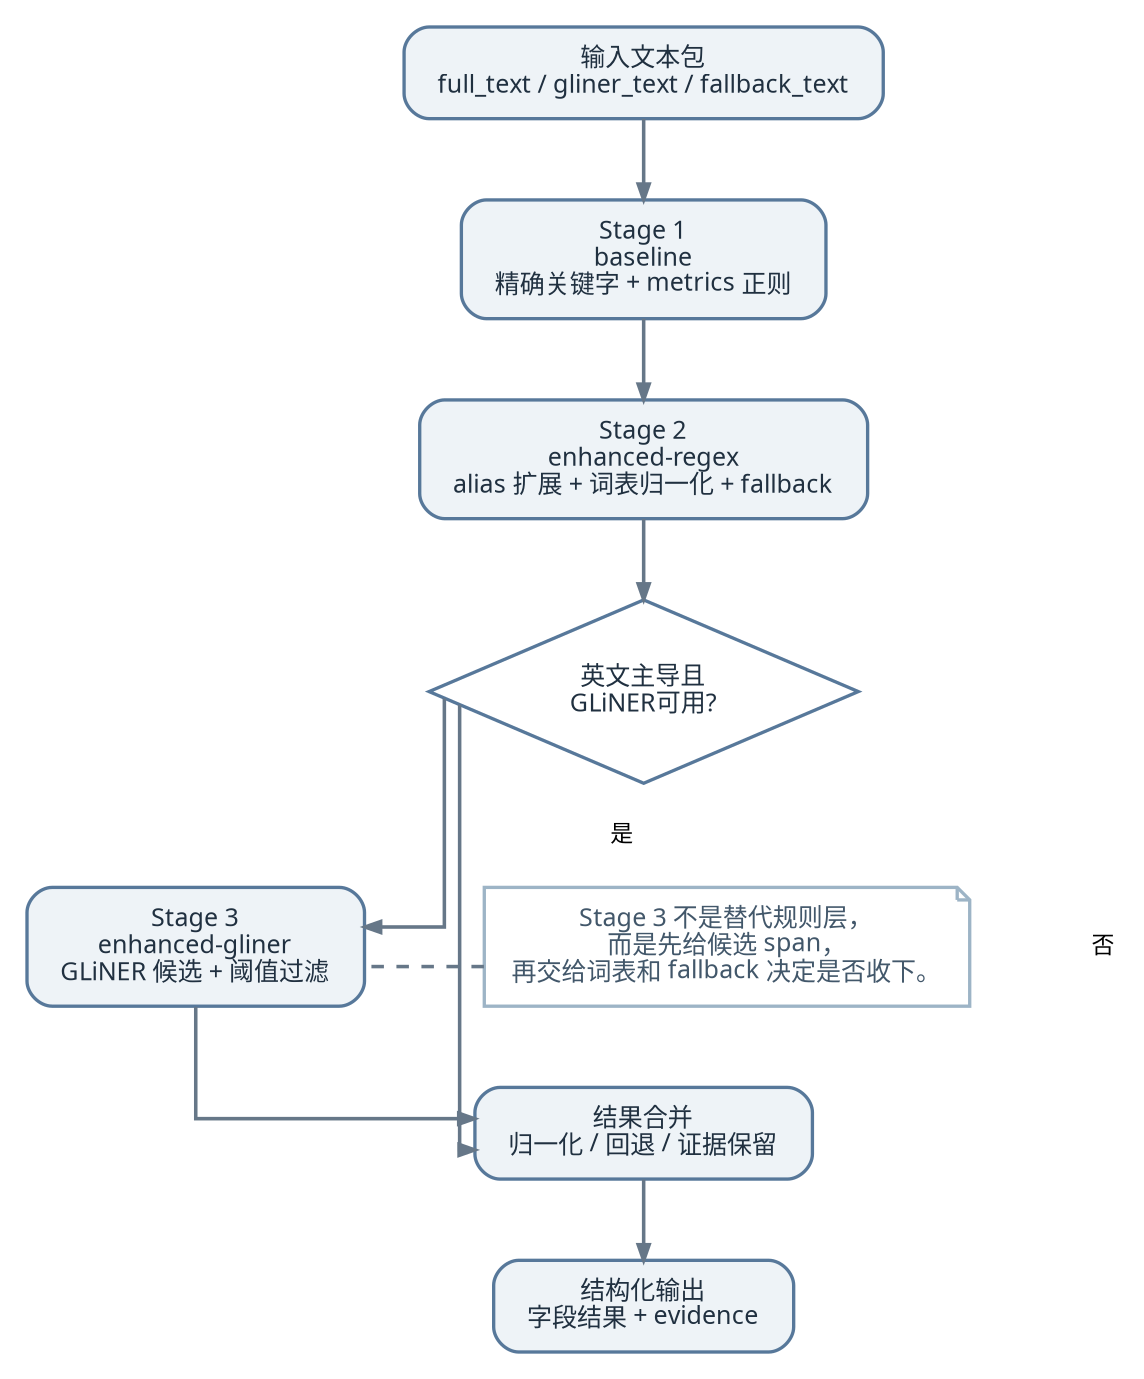
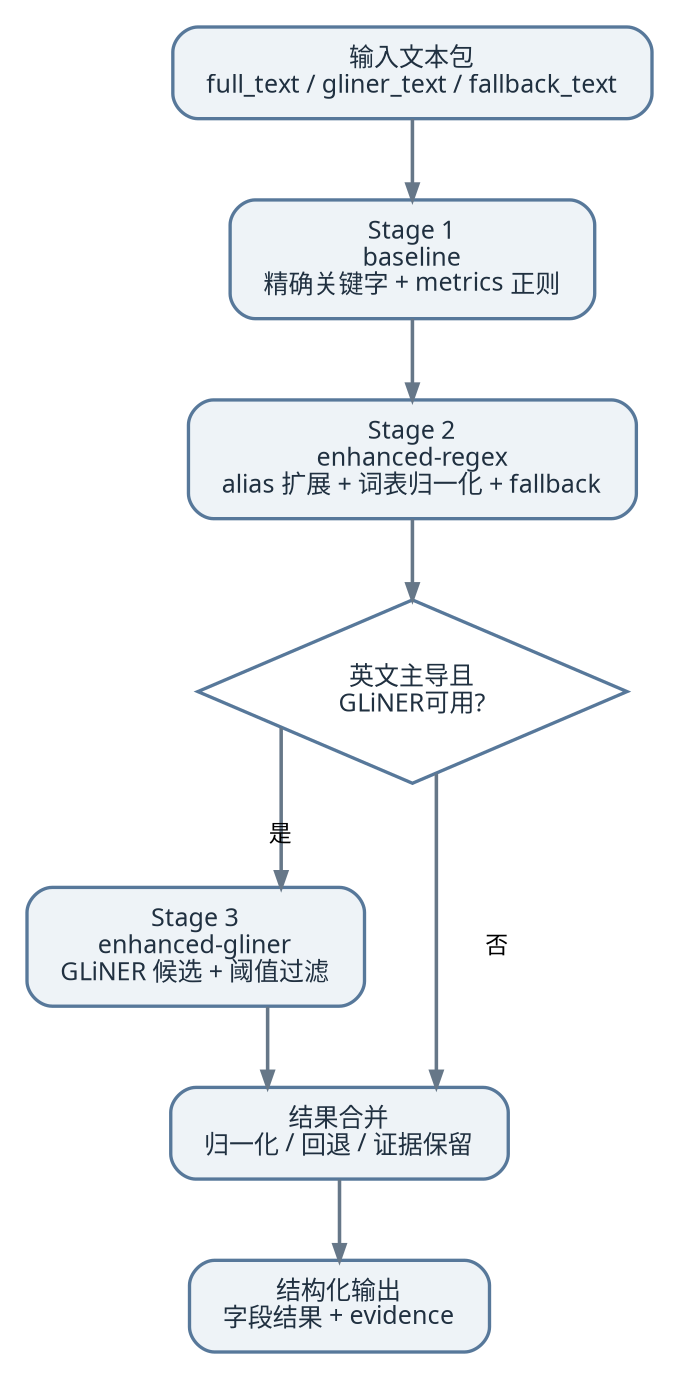
digraph ie_variant_flow {
  graph [
    rankdir=TB,
    splines=ortho,
    nodesep=0.40,
    ranksep=0.52,
    pad=0.18,
    bgcolor="white"
  ];

  node [
    shape=rect,
    style="rounded,filled",
    fontname="Microsoft YaHei",
    fontsize=12,
    margin="0.22,0.12",
    penwidth=1.6,
    color="#57789A",
    fontcolor="#203040",
    fillcolor="#EEF3F7"
  ];

  edge [
    color="#667788",
    penwidth=1.7,
    arrowsize=0.75
  ];

  input  [label="输入文本包\nfull_text / gliner_text / fallback_text"];
  base   [label="Stage 1\nbaseline\n精确关键字 + metrics 正则"];
  regex  [label="Stage 2\nenhanced-regex\nalias 扩展 + 词表归一化 + fallback"];
  gate   [shape=diamond, style="filled", fillcolor="#FFFFFF", color="#57789A", label="英文主导且\nGLiNER可用?"];
  gliner [label="Stage 3\nenhanced-gliner\nGLiNER 候选 + 阈值过滤"];
  merge  [label="结果合并\n归一化 / 回退 / 证据保留"];
  output [label="结构化输出\n字段结果 + evidence"];

  input -> base -> regex -> gate;
  gate -> gliner [label="是", fontname="Microsoft YaHei", fontsize=11];
  gate -> merge  [label="否", fontname="Microsoft YaHei", fontsize=11];
  gliner -> merge;
  merge -> output;

-   note [
-     shape=note,
-     style="filled",
-     color="#9DB4C6",
-     fillcolor="#FFFFFF",
-     fontcolor="#42576A",
-     margin="0.18,0.12",
-     label="Stage 3 不是替代规则层，\n而是先给候选 span，\n再交给词表和 fallback 决定是否收下。"
-   ];
- 
-   { rank=same; gliner; note; }
-   note -> gliner [style=dashed, arrowhead=none];
}
